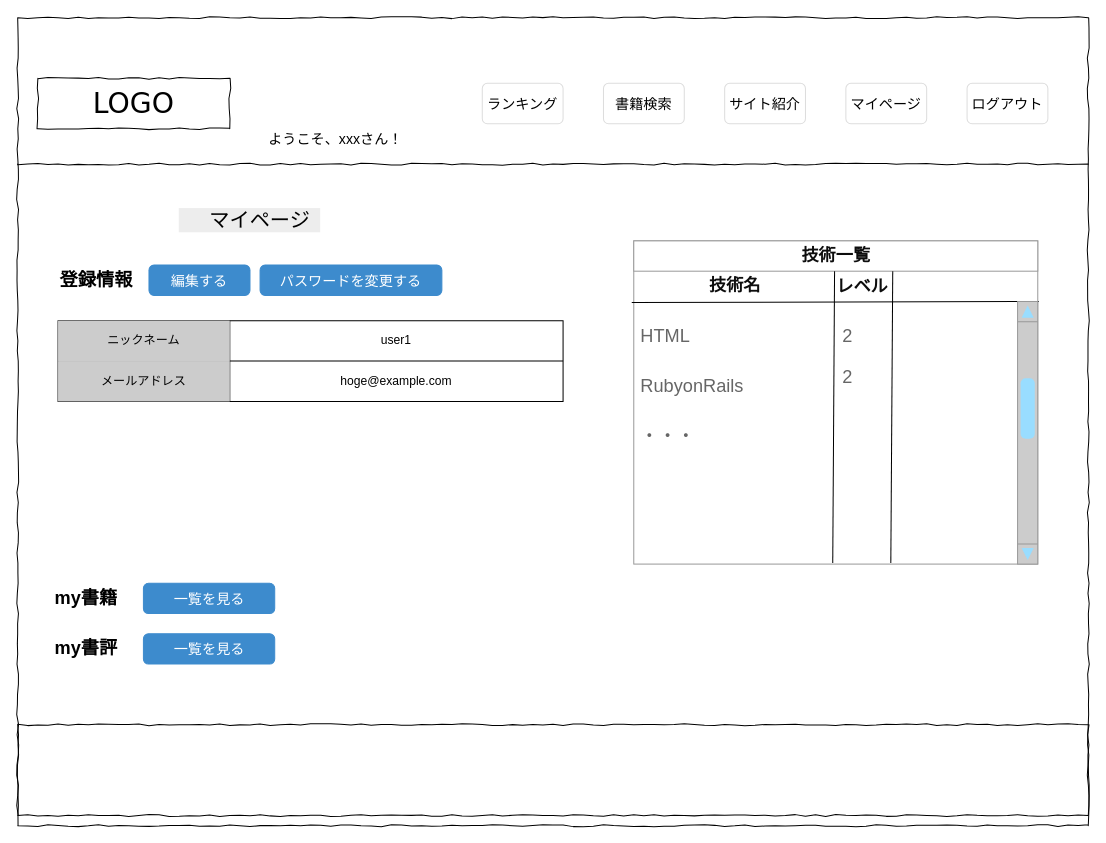
Above: page "マイページ" (8 of 21) of wire_TechnicalBookReviewers_user.drawio in MitsuruYako/TechnicalBookReviewers (draw.io), before the change. Source tidied: cells renumbered, new cells numbered last; positions are measured from the earlier drawing's top-left corner, leaving out a move shared by most shapes. Both pictures are drawn from the tidied source at 101%, with x=0, y=0 at pixel (17, 17).
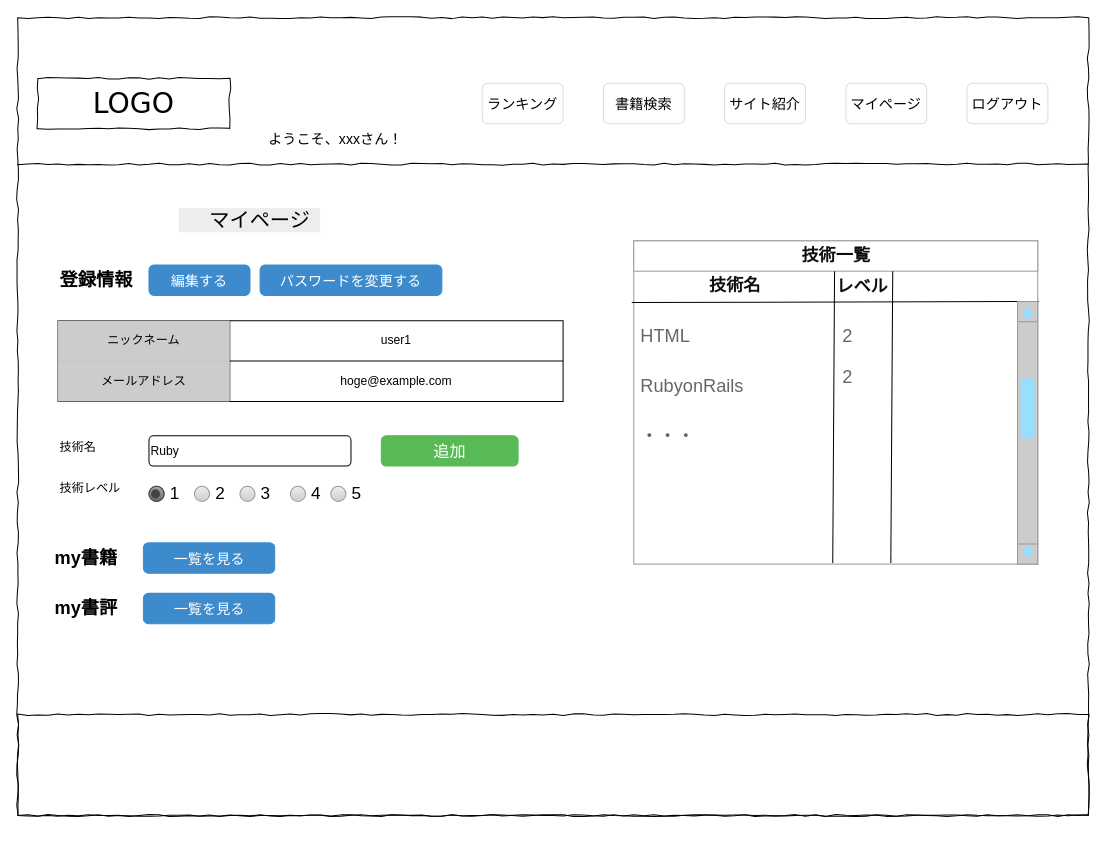
The same page after the edit.

What changed in the source:
```diff
@@
     <mxCell id="5" style="whiteSpace=wrap;html=1;rounded=0;shadow=0;labelBackgroundColor=none;strokeColor=#000000;strokeWidth=1;fillColor=none;fontFamily=Verdana;fontSize=12;fontColor=#000000;align=center;comic=1;" parent="1" vertex="1">
-      <mxGeometry y="700" width="1060" height="100" as="geometry" />
+      <mxGeometry y="690" width="1060" height="100" as="geometry" />
     </mxCell>
@@
     <mxCell id="7" value="&lt;span style=&quot;font-size: 18px&quot;&gt;my書評&lt;/span&gt;" style="text;html=1;strokeColor=none;fillColor=none;align=left;verticalAlign=middle;whiteSpace=wrap;rounded=0;fontStyle=1;" parent="1" vertex="1">
-      <mxGeometry x="34.5" y="615" width="100" height="20" as="geometry" />
+      <mxGeometry x="34.5" y="575" width="100" height="20" as="geometry" />
     </mxCell>
@@
     <mxCell id="9" value="&lt;span style=&quot;font-size: 18px&quot;&gt;my書籍&lt;/span&gt;" style="text;html=1;strokeColor=none;fillColor=none;align=left;verticalAlign=middle;whiteSpace=wrap;rounded=0;fontStyle=1;" parent="1" vertex="1">
-      <mxGeometry x="34.5" y="565" width="100" height="20" as="geometry" />
+      <mxGeometry x="34.5" y="525" width="100" height="20" as="geometry" />
     </mxCell>
     <mxCell id="10" value="&lt;font style=&quot;font-size: 14px&quot;&gt;一覧を見る&lt;/font&gt;" style="html=1;shadow=0;dashed=0;shape=mxgraph.bootstrap.rrect;rSize=5;fillColor=#3D8BCD;align=center;strokeColor=#3D8BCD;fontColor=#ffffff;fontSize=16;whiteSpace=wrap;" parent="1" vertex="1">
-      <mxGeometry x="124.5" y="560" width="130" height="30" as="geometry" />
+      <mxGeometry x="124.5" y="520" width="130" height="30" as="geometry" />
     </mxCell>
     <mxCell id="11" value="&lt;font style=&quot;font-size: 14px&quot;&gt;一覧を見る&lt;/font&gt;" style="html=1;shadow=0;dashed=0;shape=mxgraph.bootstrap.rrect;rSize=5;fillColor=#3D8BCD;align=center;strokeColor=#3D8BCD;fontColor=#ffffff;fontSize=16;whiteSpace=wrap;" parent="1" vertex="1">
-      <mxGeometry x="124.5" y="610" width="130" height="30" as="geometry" />
+      <mxGeometry x="124.5" y="570" width="130" height="30" as="geometry" />
     </mxCell>
@@
+    <mxCell id="40" value="追加" style="html=1;shadow=0;dashed=0;shape=mxgraph.bootstrap.rrect;rSize=5;fillColor=#58B957;align=center;strokeColor=#58B957;fontColor=#ffffff;fontSize=16;whiteSpace=wrap;" parent="1" vertex="1">
+      <mxGeometry x="360" y="414" width="135.5" height="30" as="geometry" />
+    </mxCell>
+    <mxCell id="41" value="&lt;span style=&quot;font-size: 12px&quot;&gt;技術名&lt;/span&gt;" style="text;html=1;strokeColor=none;fillColor=none;align=left;verticalAlign=middle;whiteSpace=wrap;rounded=0;fontSize=15;" parent="1" vertex="1">
+      <mxGeometry x="40" y="414" width="80" height="20" as="geometry" />
+    </mxCell>
+    <mxCell id="42" value="Ruby" style="rounded=1;whiteSpace=wrap;html=1;align=left;" parent="1" vertex="1">
+      <mxGeometry x="130" y="414" width="200" height="30" as="geometry" />
+    </mxCell>
+    <mxCell id="43" value="&lt;span style=&quot;font-size: 12px&quot;&gt;技術レベル&lt;/span&gt;" style="text;html=1;strokeColor=none;fillColor=none;align=left;verticalAlign=middle;whiteSpace=wrap;rounded=0;fontSize=15;" parent="1" vertex="1">
+      <mxGeometry x="40" y="454" width="80" height="20" as="geometry" />
+    </mxCell>
+    <mxCell id="44" value="&lt;font color=&quot;#000000&quot;&gt;2&lt;/font&gt;" style="shape=ellipse;fillColor=#eeeeee;strokeColor=#999999;gradientColor=#cccccc;html=1;align=left;spacingLeft=4;fontSize=17;fontColor=#666666;labelPosition=right;shadow=0;" parent="1" vertex="1">
+      <mxGeometry x="175" y="464" width="15" height="15" as="geometry" />
+    </mxCell>
+    <mxCell id="45" value="&lt;font color=&quot;#000000&quot;&gt;3&lt;/font&gt;" style="shape=ellipse;fillColor=#eeeeee;strokeColor=#999999;gradientColor=#cccccc;html=1;align=left;spacingLeft=4;fontSize=17;fontColor=#666666;labelPosition=right;shadow=0;" parent="1" vertex="1">
+      <mxGeometry x="220" y="464" width="15" height="15" as="geometry" />
+    </mxCell>
+    <mxCell id="46" value="&lt;font color=&quot;#000000&quot;&gt;4&lt;/font&gt;" style="shape=ellipse;fillColor=#eeeeee;strokeColor=#999999;gradientColor=#cccccc;html=1;align=left;spacingLeft=4;fontSize=17;fontColor=#666666;labelPosition=right;shadow=0;" parent="1" vertex="1">
+      <mxGeometry x="270" y="464" width="15" height="15" as="geometry" />
+    </mxCell>
+    <mxCell id="47" value="&lt;font color=&quot;#000000&quot;&gt;5&lt;/font&gt;" style="shape=ellipse;fillColor=#eeeeee;strokeColor=#999999;gradientColor=#cccccc;html=1;align=left;spacingLeft=4;fontSize=17;fontColor=#666666;labelPosition=right;shadow=0;" parent="1" vertex="1">
+      <mxGeometry x="310" y="464" width="15" height="15" as="geometry" />
+    </mxCell>
+    <mxCell id="48" value="&lt;font color=&quot;#000000&quot;&gt;1&lt;/font&gt;" style="shape=ellipse;fillColor=#eeeeee;strokeColor=#999999;gradientColor=#cccccc;html=1;align=left;spacingLeft=4;fontSize=17;fontColor=#666666;labelPosition=right;shadow=0;" parent="1" vertex="1">
+      <mxGeometry x="130" y="464" width="15" height="15" as="geometry" />
+    </mxCell>
+    <mxCell id="49" style="shape=ellipse;fillColor=#eeeeee;strokeColor=#999999;gradientColor=#cccccc;html=1;align=left;spacingLeft=4;fontSize=17;fontColor=#666666;labelPosition=right;shadow=0;" parent="1" vertex="1">
+      <mxGeometry x="130" y="464" width="15" height="15" as="geometry" />
+    </mxCell>
+    <mxCell id="50" style="shape=ellipse;rSize=0;fillColor=#aaaaaa;strokeColor=#444444;gradientColor=#666666;html=1;align=left;spacingLeft=4;fontSize=17;fontColor=#008cff;labelPosition=right;" parent="1" vertex="1">
+      <mxGeometry x="130" y="464" width="15" height="15" as="geometry" />
+    </mxCell>
+    <mxCell id="51" style="shape=ellipse;fillColor=#444444;strokeColor=none;html=1;" parent="50" vertex="1">
+      <mxGeometry x="2" y="3" width="9" height="9" as="geometry" />
+    </mxCell>
```
